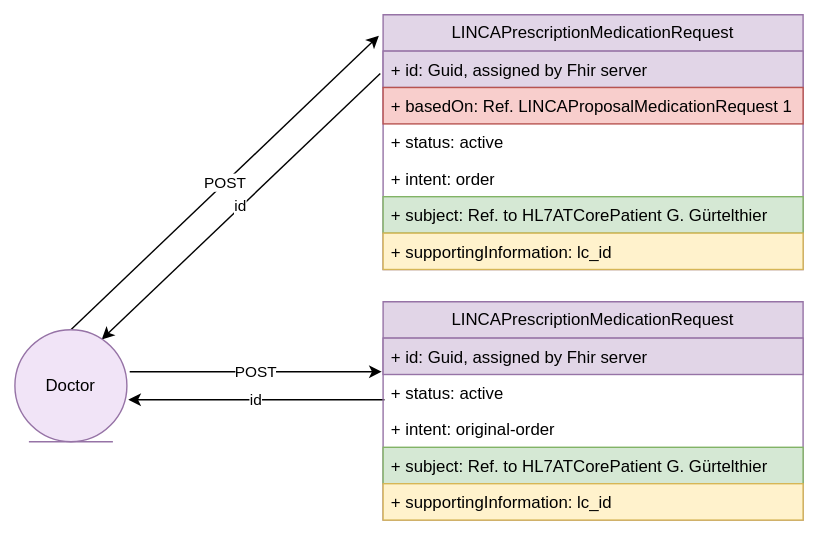
This is r5-LinkedCare-dev/UserStory_013_diagram.svg from HL7Austria/hl7austria.github.io, a draw.io export, as it was before one commit. Source tidied: cells renumbered, new cells last; positions are measured from the earlier drawing's top-left corner, leaving out a move shared by most shapes.
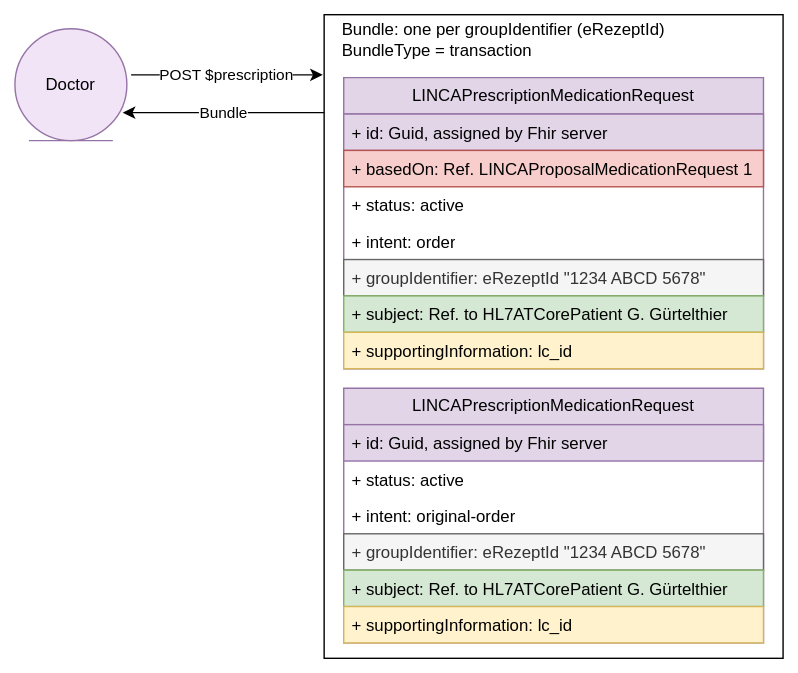
The same file after the commit.

Diff of the diagram source:
```diff
@@ -2,14 +2,11 @@
   <root>
     <mxCell id="0" />
     <mxCell id="1" parent="0" />
-    <mxCell id="2" value="POST" style="endArrow=classic;html=1;rounded=0;" parent="1" edge="1">
-      <mxGeometry relative="1" as="geometry">
-        <mxPoint x="82" y="255" as="sourcePoint" />
-        <mxPoint x="262" y="255" as="targetPoint" />
-      </mxGeometry>
-    </mxCell>
+    <mxCell id="20" style="rounded=0;whiteSpace=wrap;html=1;" parent="1" vertex="1">
+      <mxGeometry x="261" y="-45" width="328" height="460" as="geometry" />
+    </mxCell>
     <mxCell id="3" value="LINCAPrescriptionMedicationRequest" style="swimlane;fontStyle=0;horizontal=1;startSize=26;fillColor=#e1d5e7;whiteSpace=wrap;html=1;strokeColor=#9673a6;" parent="1" vertex="1">
-      <mxGeometry x="263" width="300" height="182" as="geometry" />
+      <mxGeometry x="275" width="300" height="208" as="geometry" />
     </mxCell>
     <mxCell id="4" value="+ id: Guid, assigned by Fhir server" style="text;strokeColor=#9673a6;fillColor=#e1d5e7;align=left;verticalAlign=top;spacingLeft=4;spacingRight=4;overflow=hidden;whiteSpace=wrap;html=1;" parent="3" vertex="1">
       <mxGeometry y="26" width="300" height="26" as="geometry" />
@@ -23,20 +20,17 @@
     <mxCell id="7" value="+ intent: order" style="text;align=left;verticalAlign=top;spacingLeft=4;spacingRight=4;overflow=hidden;whiteSpace=wrap;html=1;" parent="3" vertex="1">
       <mxGeometry y="104" width="300" height="26" as="geometry" />
     </mxCell>
+    <mxCell id="21" value="+ groupIdentifier: eRezeptId &quot;1234 ABCD 5678&quot;" style="text;align=left;verticalAlign=top;spacingLeft=4;spacingRight=4;overflow=hidden;whiteSpace=wrap;html=1;fillColor=#f5f5f5;fontColor=#333333;strokeColor=#666666;" parent="3" vertex="1">
+      <mxGeometry y="130" width="300" height="26" as="geometry" />
+    </mxCell>
     <mxCell id="8" value="+ subject: Ref. to HL7ATCorePatient G. Gürtelthier" style="text;strokeColor=#82b366;fillColor=#d5e8d4;align=left;verticalAlign=top;spacingLeft=4;spacingRight=4;overflow=hidden;whiteSpace=wrap;html=1;" parent="3" vertex="1">
-      <mxGeometry y="130" width="300" height="26" as="geometry" />
+      <mxGeometry y="156" width="300" height="26" as="geometry" />
     </mxCell>
     <mxCell id="9" value="+ supportingInformation: lc_id" style="text;align=left;verticalAlign=top;spacingLeft=4;spacingRight=4;overflow=hidden;whiteSpace=wrap;html=1;fillColor=#fff2cc;strokeColor=#d6b656;" parent="3" vertex="1">
-      <mxGeometry y="156" width="300" height="26" as="geometry" />
+      <mxGeometry y="182" width="300" height="26" as="geometry" />
     </mxCell>
-    <mxCell id="10" value="id" style="endArrow=classic;html=1;rounded=0;exitX=0;exitY=0.5;exitDx=0;exitDy=0;" parent="1" edge="1">
-      <mxGeometry relative="1" as="geometry">
-        <mxPoint x="264" y="275" as="sourcePoint" />
-        <mxPoint x="81" y="275" as="targetPoint" />
-      </mxGeometry>
-    </mxCell>
     <mxCell id="11" value="LINCAPrescriptionMedicationRequest" style="swimlane;fontStyle=0;horizontal=1;startSize=26;fillColor=#e1d5e7;whiteSpace=wrap;html=1;strokeColor=#9673a6;" parent="1" vertex="1">
-      <mxGeometry x="263" y="205" width="300" height="156" as="geometry" />
+      <mxGeometry x="275" y="222" width="300" height="182" as="geometry" />
     </mxCell>
     <mxCell id="12" value="+ id: Guid, assigned by Fhir server" style="text;strokeColor=#9673a6;fillColor=#e1d5e7;align=left;verticalAlign=top;spacingLeft=4;spacingRight=4;overflow=hidden;whiteSpace=wrap;html=1;" parent="11" vertex="1">
       <mxGeometry y="26" width="300" height="26" as="geometry" />
@@ -47,26 +41,30 @@
     <mxCell id="14" value="+ intent: original-order" style="text;align=left;verticalAlign=top;spacingLeft=4;spacingRight=4;overflow=hidden;whiteSpace=wrap;html=1;" parent="11" vertex="1">
       <mxGeometry y="78" width="300" height="26" as="geometry" />
     </mxCell>
+    <mxCell id="22" value="+ groupIdentifier: eRezeptId &quot;1234 ABCD 5678&quot;" style="text;align=left;verticalAlign=top;spacingLeft=4;spacingRight=4;overflow=hidden;whiteSpace=wrap;html=1;fillColor=#f5f5f5;fontColor=#333333;strokeColor=#666666;" parent="11" vertex="1">
+      <mxGeometry y="104" width="300" height="26" as="geometry" />
+    </mxCell>
     <mxCell id="15" value="+ subject: Ref. to HL7ATCorePatient G. Gürtelthier" style="text;strokeColor=#82b366;fillColor=#d5e8d4;align=left;verticalAlign=top;spacingLeft=4;spacingRight=4;overflow=hidden;whiteSpace=wrap;html=1;" parent="11" vertex="1">
-      <mxGeometry y="104" width="300" height="26" as="geometry" />
+      <mxGeometry y="130" width="300" height="26" as="geometry" />
     </mxCell>
     <mxCell id="16" value="+ supportingInformation: lc_id" style="text;align=left;verticalAlign=top;spacingLeft=4;spacingRight=4;overflow=hidden;whiteSpace=wrap;html=1;fillColor=#fff2cc;strokeColor=#d6b656;" parent="11" vertex="1">
-      <mxGeometry y="130" width="300" height="26" as="geometry" />
+      <mxGeometry y="156" width="300" height="26" as="geometry" />
     </mxCell>
-    <mxCell id="17" value="POST" style="endArrow=classic;html=1;rounded=0;" parent="1" edge="1">
-      <mxGeometry relative="1" as="geometry">
-        <mxPoint x="40" y="225" as="sourcePoint" />
-        <mxPoint x="260" y="15" as="targetPoint" />
+    <mxCell id="17" value="POST $prescription" style="endArrow=classic;html=1;rounded=0;exitX=1.038;exitY=0.413;exitDx=0;exitDy=0;exitPerimeter=0;" parent="1" edge="1" source="19">
+      <mxGeometry x="-0.01" relative="1" as="geometry">
+        <mxPoint x="260" y="-2" as="targetPoint" />
       </mxGeometry>
     </mxCell>
-    <mxCell id="18" value="id" style="endArrow=classic;html=1;rounded=0;" parent="1" edge="1">
+    <mxCell id="18" value="Bundle" style="endArrow=classic;html=1;rounded=0;entryX=0.963;entryY=0.75;entryDx=0;entryDy=0;entryPerimeter=0;" parent="1" edge="1" target="19">
       <mxGeometry relative="1" as="geometry">
-        <mxPoint x="261" y="42" as="sourcePoint" />
-        <mxPoint x="62" y="232" as="targetPoint" />
+        <mxPoint x="261" y="25" as="sourcePoint" />
       </mxGeometry>
     </mxCell>
     <mxCell id="19" value="Doctor" style="ellipse;shape=umlEntity;whiteSpace=wrap;html=1;fillColor=#F1E4F7;strokeColor=#9673a6;" parent="1" vertex="1">
-      <mxGeometry y="225" width="80" height="80" as="geometry" />
+      <mxGeometry x="40" y="-35" width="80" height="80" as="geometry" />
     </mxCell>
+    <mxCell id="23" value="Bundle: one per groupIdentifier (eRezeptId)&lt;br&gt;BundleType = transaction" style="text;html=1;strokeColor=none;fillColor=none;align=left;verticalAlign=middle;whiteSpace=wrap;rounded=0;" parent="1" vertex="1">
+      <mxGeometry x="272" y="-42" width="249" height="30" as="geometry" />
+    </mxCell>
   </root>
 </mxGraphModel>
```
